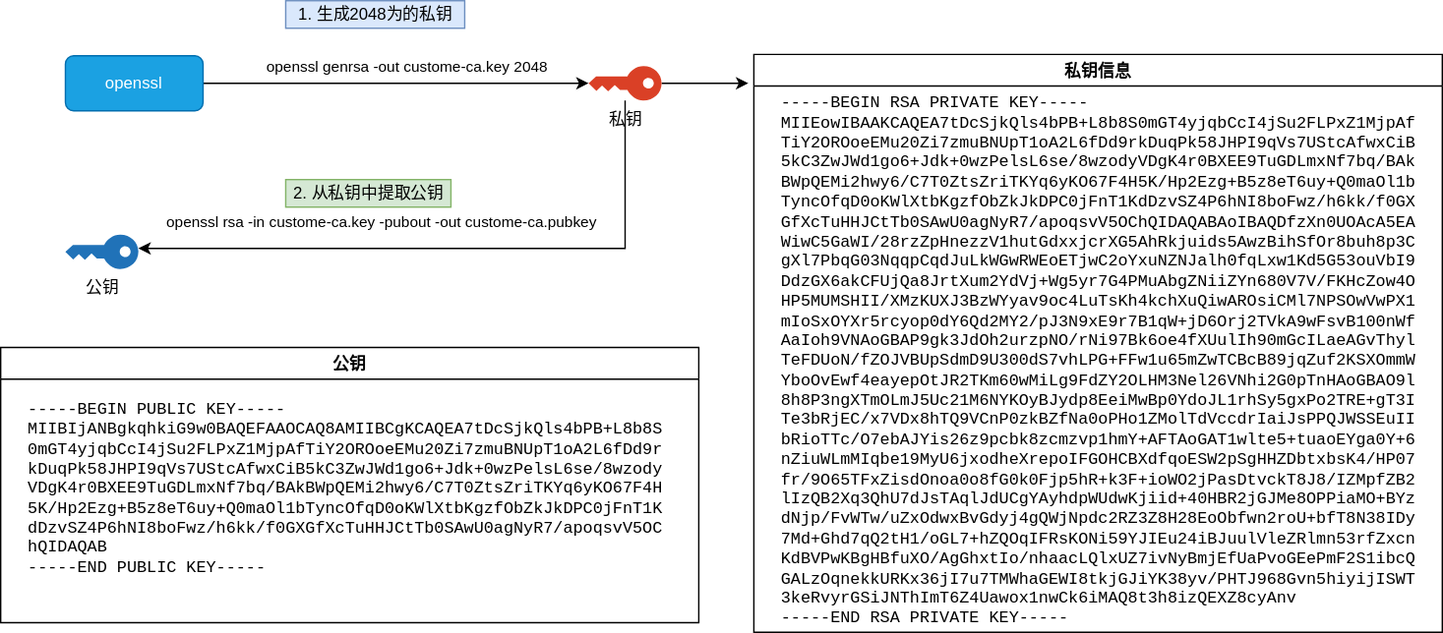
Earlier version of the draw.io export openssl.drawio.svg (jpanda-cn/static-resources). Source tidied: cells renumbered, new cells last; positions are measured from the earlier drawing's top-left corner, leaving out a move shared by most shapes.
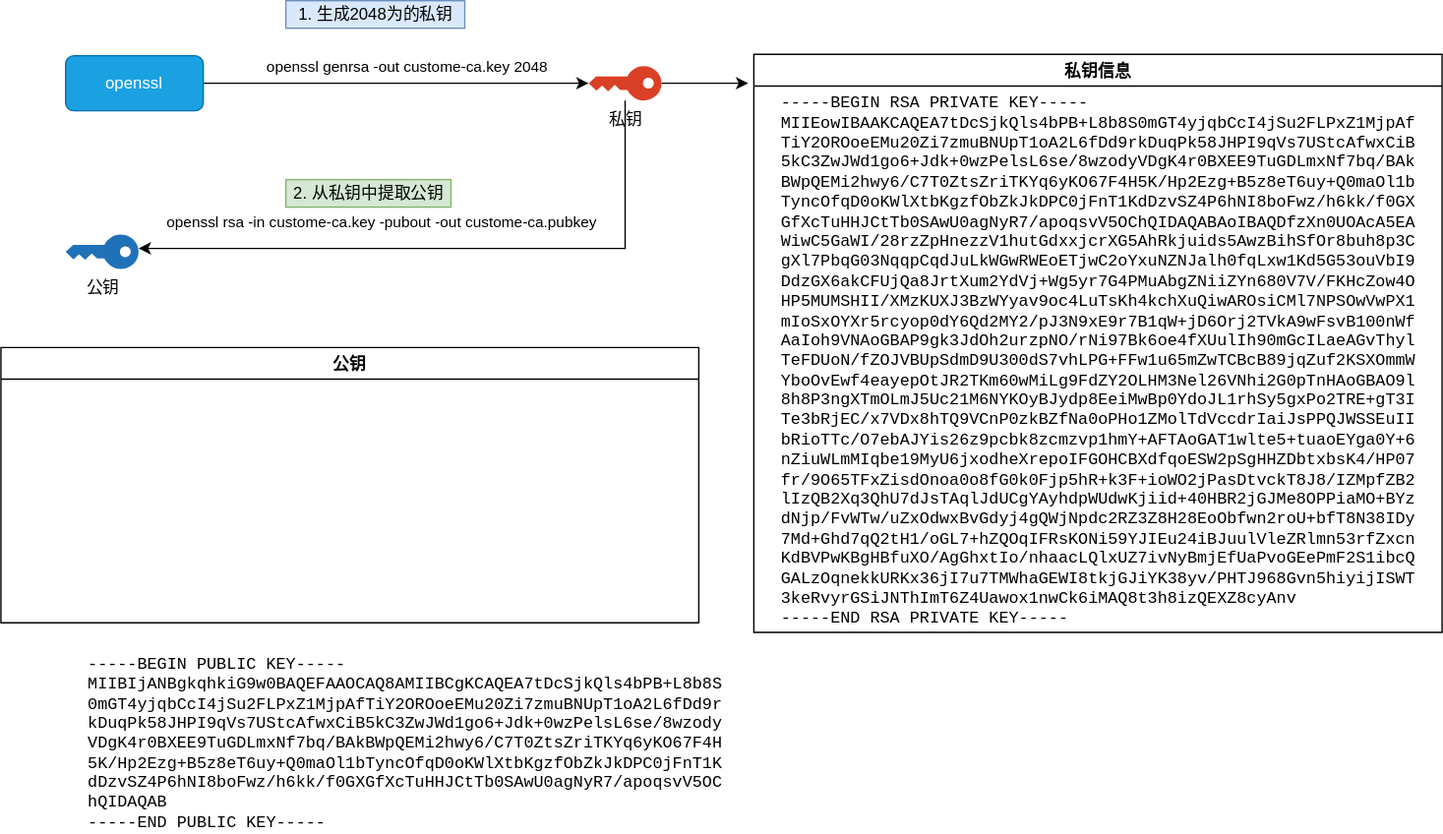
Above is the later version.

Change to the diagram source:
```diff
@@ -49,8 +49,11 @@
     <mxCell id="14" value="公钥" style="swimlane;labelBackgroundColor=none;fontColor=default;" parent="1" vertex="1">
       <mxGeometry y="252" width="507" height="200" as="geometry" />
     </mxCell>
-    <mxCell id="15" value="&lt;div style=&quot;text-align: start; font-family: &amp;quot;MesloLGS NF&amp;quot;, monospace;&quot;&gt;&lt;div&gt;&lt;span style=&quot;&quot;&gt;-----BEGIN PUBLIC KEY-----                                                                                                                                                                &lt;/span&gt;&lt;/div&gt;&lt;div&gt;&lt;span style=&quot;&quot;&gt;MIIBIjANBgkqhkiG9w0BAQEFAAOCAQ8AMIIBCgKCAQEA7tDcSjkQls4bPB+L8b8S                                                                                                                          &lt;/span&gt;&lt;/div&gt;&lt;div&gt;&lt;span style=&quot;&quot;&gt;0mGT4yjqbCcI4jSu2FLPxZ1MjpAfTiY2OROoeEMu20Zi7zmuBNUpT1oA2L6fDd9r                                                                                                                          &lt;/span&gt;&lt;/div&gt;&lt;div&gt;&lt;span style=&quot;&quot;&gt;kDuqPk58JHPI9qVs7UStcAfwxCiB5kC3ZwJWd1go6+Jdk+0wzPelsL6se/8wzody                                                                                                                          &lt;/span&gt;&lt;/div&gt;&lt;div&gt;&lt;span style=&quot;&quot;&gt;VDgK4r0BXEE9TuGDLmxNf7bq/BAkBWpQEMi2hwy6/C7T0ZtsZriTKYq6yKO67F4H                                                                                                                          &lt;/span&gt;&lt;/div&gt;&lt;div&gt;&lt;span style=&quot;&quot;&gt;5K/Hp2Ezg+B5z8eT6uy+Q0maOl1bTyncOfqD0oKWlXtbKgzfObZkJkDPC0jFnT1K                                                                                                                          &lt;/span&gt;&lt;/div&gt;&lt;div&gt;&lt;span style=&quot;&quot;&gt;dDzvSZ4P6hNI8boFwz/h6kk/f0GXGfXcTuHHJCtTb0SAwU0agNyR7/apoqsvV5OC                                                                                                                          &lt;/span&gt;&lt;/div&gt;&lt;div&gt;&lt;span style=&quot;&quot;&gt;hQIDAQAB                                                                                                                                                                                  &lt;/span&gt;&lt;/div&gt;&lt;div&gt;&lt;span style=&quot;&quot;&gt;-----END PUBLIC KEY-----  &lt;/span&gt;&lt;/div&gt;&lt;/div&gt;" style="text;html=1;align=center;verticalAlign=middle;strokeColor=none;fillColor=none;fontColor=default;labelBackgroundColor=none;" parent="14" vertex="1">
-      <mxGeometry x="10" y="38" width="480" height="130" as="geometry" />
+    <mxCell id="15" value="&lt;div style=&quot;text-align: start; font-family: &amp;quot;MesloLGS NF&amp;quot;, monospace;&quot;&gt;&lt;br&gt;&lt;/div&gt;" style="text;html=1;align=center;verticalAlign=middle;strokeColor=none;fillColor=none;fontColor=default;labelBackgroundColor=none;" parent="14" vertex="1">
+      <mxGeometry x="240" y="93" width="20" height="20" as="geometry" />
     </mxCell>
+    <mxCell id="16" value="&lt;div style=&quot;caret-color: rgb(0, 0, 0); color: rgb(0, 0, 0); font-family: &amp;quot;MesloLGS NF&amp;quot;, monospace; text-align: start;&quot;&gt;-----BEGIN PUBLIC KEY-----&amp;nbsp;&lt;/div&gt;&lt;div style=&quot;caret-color: rgb(0, 0, 0); color: rgb(0, 0, 0); font-family: &amp;quot;MesloLGS NF&amp;quot;, monospace; text-align: start;&quot;&gt;MIIBIjANBgkqhkiG9w0BAQEFAAOCAQ8AMIIBCgKCAQEA7tDcSjkQls4bPB+L8b8S&amp;nbsp;&lt;/div&gt;&lt;div style=&quot;caret-color: rgb(0, 0, 0); color: rgb(0, 0, 0); font-family: &amp;quot;MesloLGS NF&amp;quot;, monospace; text-align: start;&quot;&gt;0mGT4yjqbCcI4jSu2FLPxZ1MjpAfTiY2OROoeEMu20Zi7zmuBNUpT1oA2L6fDd9r&amp;nbsp;&lt;/div&gt;&lt;div style=&quot;caret-color: rgb(0, 0, 0); color: rgb(0, 0, 0); font-family: &amp;quot;MesloLGS NF&amp;quot;, monospace; text-align: start;&quot;&gt;kDuqPk58JHPI9qVs7UStcAfwxCiB5kC3ZwJWd1go6+Jdk+0wzPelsL6se/8wzody&amp;nbsp;&lt;/div&gt;&lt;div style=&quot;caret-color: rgb(0, 0, 0); color: rgb(0, 0, 0); font-family: &amp;quot;MesloLGS NF&amp;quot;, monospace; text-align: start;&quot;&gt;VDgK4r0BXEE9TuGDLmxNf7bq/BAkBWpQEMi2hwy6/C7T0ZtsZriTKYq6yKO67F4H&amp;nbsp;&lt;/div&gt;&lt;div style=&quot;caret-color: rgb(0, 0, 0); color: rgb(0, 0, 0); font-family: &amp;quot;MesloLGS NF&amp;quot;, monospace; text-align: start;&quot;&gt;5K/Hp2Ezg+B5z8eT6uy+Q0maOl1bTyncOfqD0oKWlXtbKgzfObZkJkDPC0jFnT1K&amp;nbsp;&lt;/div&gt;&lt;div style=&quot;caret-color: rgb(0, 0, 0); color: rgb(0, 0, 0); font-family: &amp;quot;MesloLGS NF&amp;quot;, monospace; text-align: start;&quot;&gt;dDzvSZ4P6hNI8boFwz/h6kk/f0GXGfXcTuHHJCtTb0SAwU0agNyR7/apoqsvV5OC&amp;nbsp;&lt;/div&gt;&lt;div style=&quot;caret-color: rgb(0, 0, 0); color: rgb(0, 0, 0); font-family: &amp;quot;MesloLGS NF&amp;quot;, monospace; text-align: start;&quot;&gt;hQIDAQAB&amp;nbsp;&lt;/div&gt;&lt;div style=&quot;caret-color: rgb(0, 0, 0); color: rgb(0, 0, 0); font-family: &amp;quot;MesloLGS NF&amp;quot;, monospace; text-align: start;&quot;&gt;-----END PUBLIC KEY-----&lt;/div&gt;" style="text;html=1;align=center;verticalAlign=middle;strokeColor=none;fillColor=none;fontColor=#007FFF;" parent="1" vertex="1">
+      <mxGeometry x="57" y="475" width="480" height="130" as="geometry" />
+    </mxCell>
   </root>
 </mxGraphModel>
```
